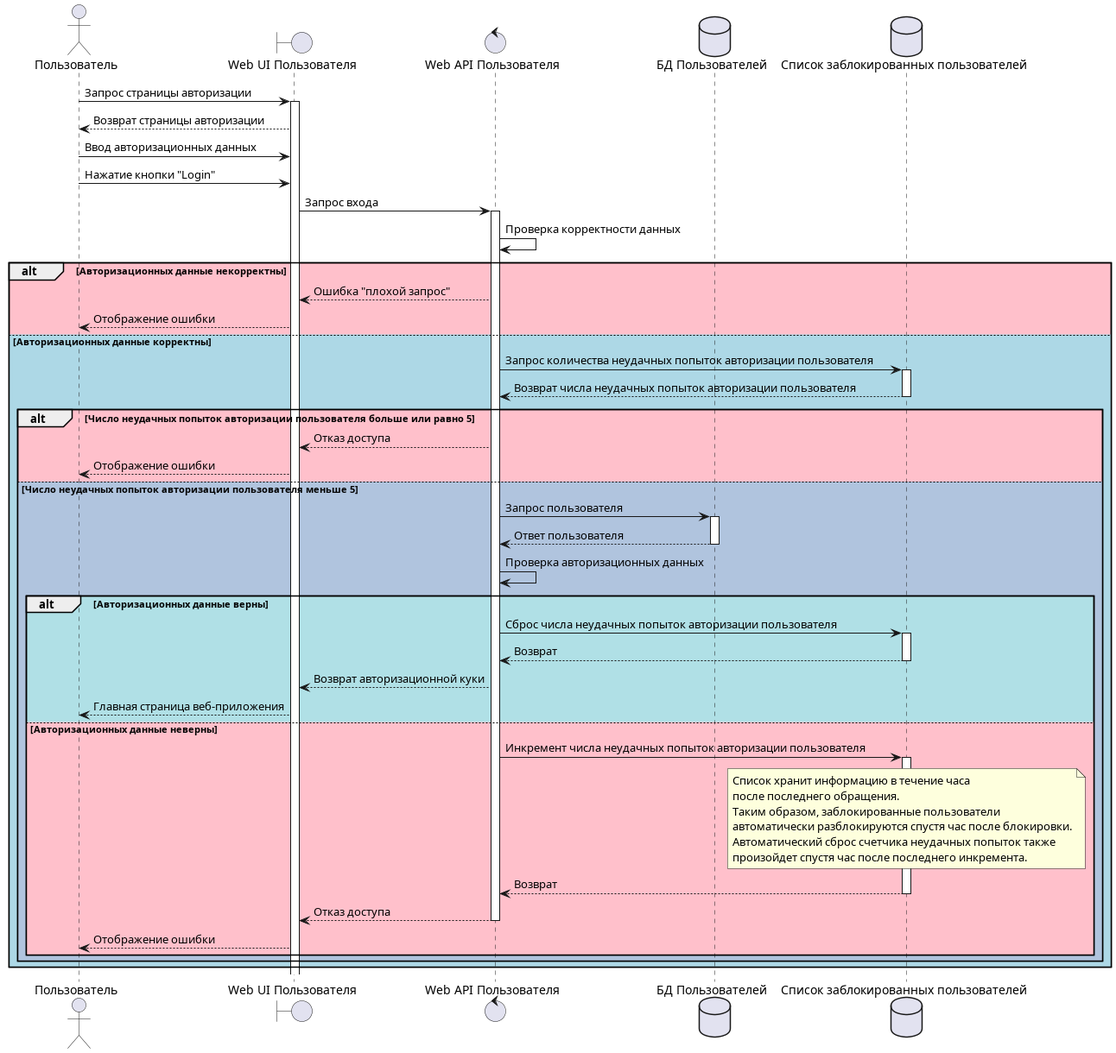
mrypdm/JobSystem keeps this PlantUML diagram as docs/diagrams/img/sequence/User.WebApp/User sign in.png. Above is the earlier version. Its diagram source:
```plantuml
@startuml User sign in

actor Пользователь as USER
boundary "Web UI Пользователя" as UI
control "Web API Пользователя" as API
database "БД Пользователей" as DB
database "Список заблокированных пользователей" as BLOCKED

USER -> UI++: Запрос страницы авторизации
UI --> USER: Возврат страницы авторизации
USER -> UI: Ввод авторизационных данных
USER -> UI: Нажатие кнопки "Login"
UI -> API++: Запрос входа
API -> API: Проверка корректности данных

alt #Pink Авторизационных данные некорректны

    API --> UI: Ошибка "плохой запрос"
    UI --> USER: Отображение ошибки

else #LightBlue Авторизационных данные корректны

    API -> BLOCKED++: Запрос количества неудачных попыток авторизации пользователя
    BLOCKED --> API--: Возврат числа неудачных попыток авторизации пользователя

    alt #Pink Число неудачных попыток авторизации пользователя больше или равно 5
        API --> UI: Отказ доступа
        UI --> USER: Отображение ошибки

    else #LightSteelBlue Число неудачных попыток авторизации пользователя меньше 5

        API -> DB++: Запрос пользователя
        DB --> API--: Ответ пользователя
        API -> API: Проверка авторизационных данных

        alt #PowderBlue Авторизационных данные верны

            API -> BLOCKED++: Сброс числа неудачных попыток авторизации пользователя
            BLOCKED --> API--: Возврат
            API --> UI: Возврат авторизационной куки
            UI --> USER: Главная страница веб-приложения

        else #Pink Авторизационных данные неверны

            API -> BLOCKED++: Инкремент числа неудачных попыток авторизации пользователя
            note over BLOCKED
                Список хранит информацию в течение часа
                после последнего обращения.
                Таким образом, заблокированные пользователи
                автоматически разблокируются спустя час после блокировки.
                Автоматический сброс счетчика неудачных попыток также
                произойдет спустя час после последнего инкремента.
            end note
            BLOCKED --> API--: Возврат
            API --> UI--: Отказ доступа
            UI --> USER: Отображение ошибки

        end

    end

end

@enduml
```
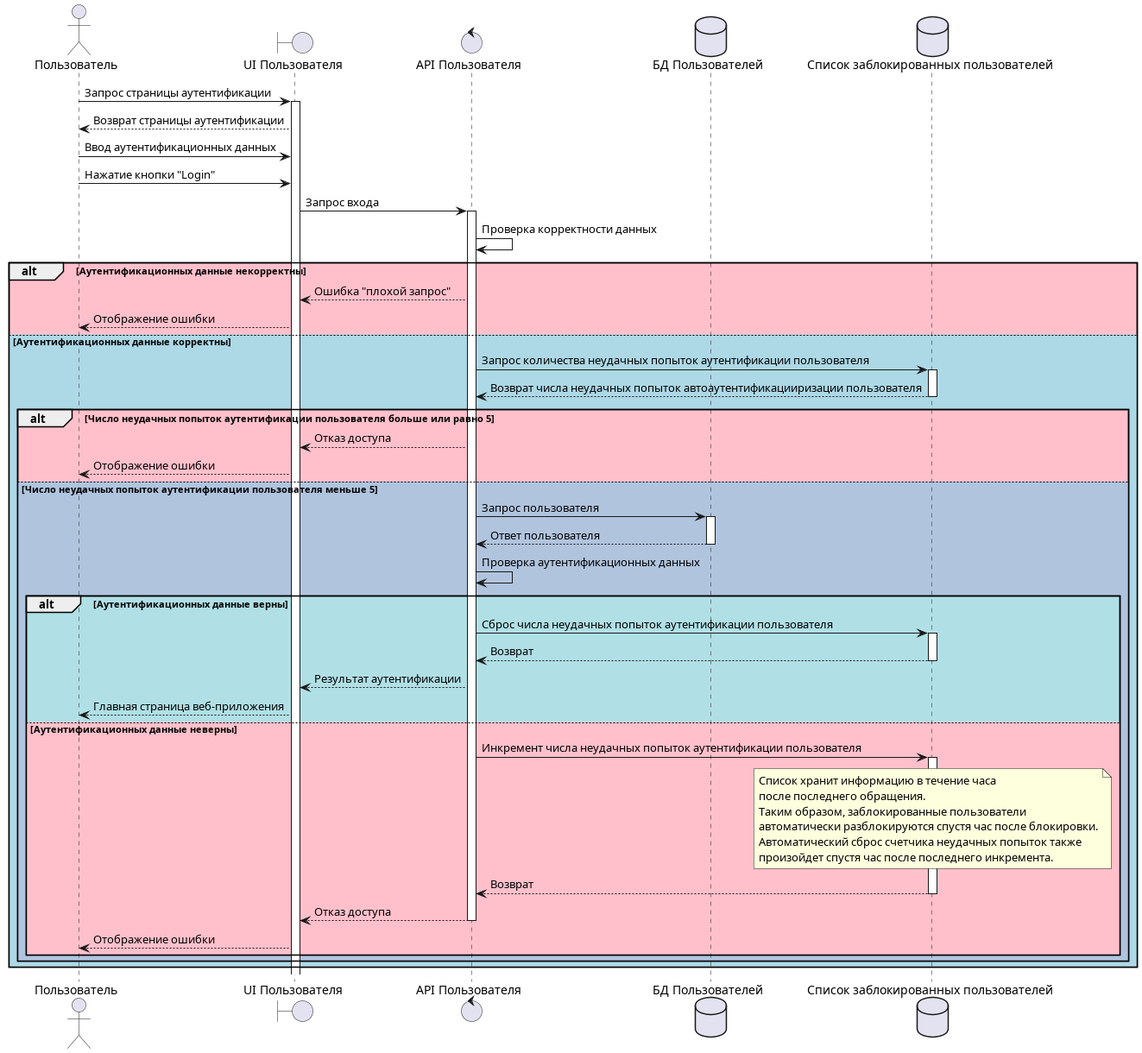
The same file after the commit.

Change to the diagram source:
```diff
@@ -1,48 +1,48 @@
 @startuml User sign in
 
 actor Пользователь as USER
-boundary "Web UI Пользователя" as UI
-control "Web API Пользователя" as API
+boundary "UI Пользователя" as UI
+control "API Пользователя" as API
 database "БД Пользователей" as DB
 database "Список заблокированных пользователей" as BLOCKED
 
-USER -> UI++: Запрос страницы авторизации
-UI --> USER: Возврат страницы авторизации
-USER -> UI: Ввод авторизационных данных
+USER -> UI++: Запрос страницы аутентификации
+UI --> USER: Возврат страницы аутентификации
+USER -> UI: Ввод аутентификационных данных
 USER -> UI: Нажатие кнопки "Login"
 UI -> API++: Запрос входа
 API -> API: Проверка корректности данных
 
-alt #Pink Авторизационных данные некорректны
+alt #Pink Аутентификационных данные некорректны
 
     API --> UI: Ошибка "плохой запрос"
     UI --> USER: Отображение ошибки
 
-else #LightBlue Авторизационных данные корректны
+else #LightBlue Аутентификационных данные корректны
 
-    API -> BLOCKED++: Запрос количества неудачных попыток авторизации пользователя
-    BLOCKED --> API--: Возврат числа неудачных попыток авторизации пользователя
+    API -> BLOCKED++: Запрос количества неудачных попыток аутентификации пользователя
+    BLOCKED --> API--: Возврат числа неудачных попыток автоаутентификацииризации пользователя
 
-    alt #Pink Число неудачных попыток авторизации пользователя больше или равно 5
+    alt #Pink Число неудачных попыток аутентификации пользователя больше или равно 5
         API --> UI: Отказ доступа
         UI --> USER: Отображение ошибки
 
-    else #LightSteelBlue Число неудачных попыток авторизации пользователя меньше 5
+    else #LightSteelBlue Число неудачных попыток аутентификации пользователя меньше 5
 
         API -> DB++: Запрос пользователя
         DB --> API--: Ответ пользователя
-        API -> API: Проверка авторизационных данных
+        API -> API: Проверка аутентификационных данных
 
-        alt #PowderBlue Авторизационных данные верны
+        alt #PowderBlue Аутентификационных данные верны
 
-            API -> BLOCKED++: Сброс числа неудачных попыток авторизации пользователя
+            API -> BLOCKED++: Сброс числа неудачных попыток аутентификации пользователя
             BLOCKED --> API--: Возврат
-            API --> UI: Возврат авторизационной куки
+            API --> UI: Результат аутентификации
             UI --> USER: Главная страница веб-приложения
 
-        else #Pink Авторизационных данные неверны
+        else #Pink Аутентификационных данные неверны
 
-            API -> BLOCKED++: Инкремент числа неудачных попыток авторизации пользователя
+            API -> BLOCKED++: Инкремент числа неудачных попыток аутентификации пользователя
             note over BLOCKED
                 Список хранит информацию в течение часа
                 после последнего обращения.
```
